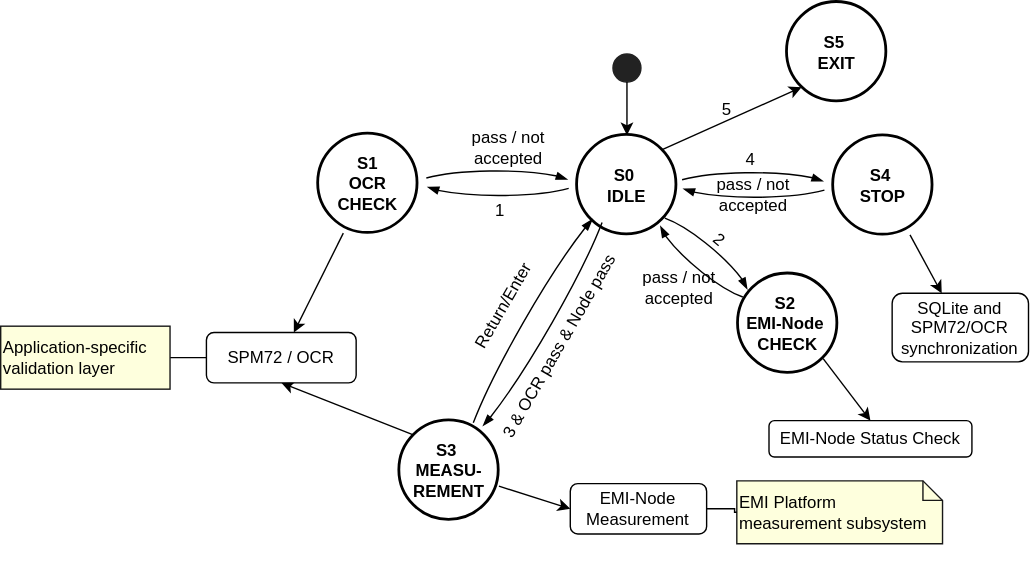
Earlier version of the draw.io export Supplementary/Annex C - Experimental FSM and Application Workflow.drawio.svg (popase/EMI_Platform). Source tidied: cells renumbered, new cells last; positions are measured from the earlier drawing's top-left corner, leaving out a move shared by most shapes.
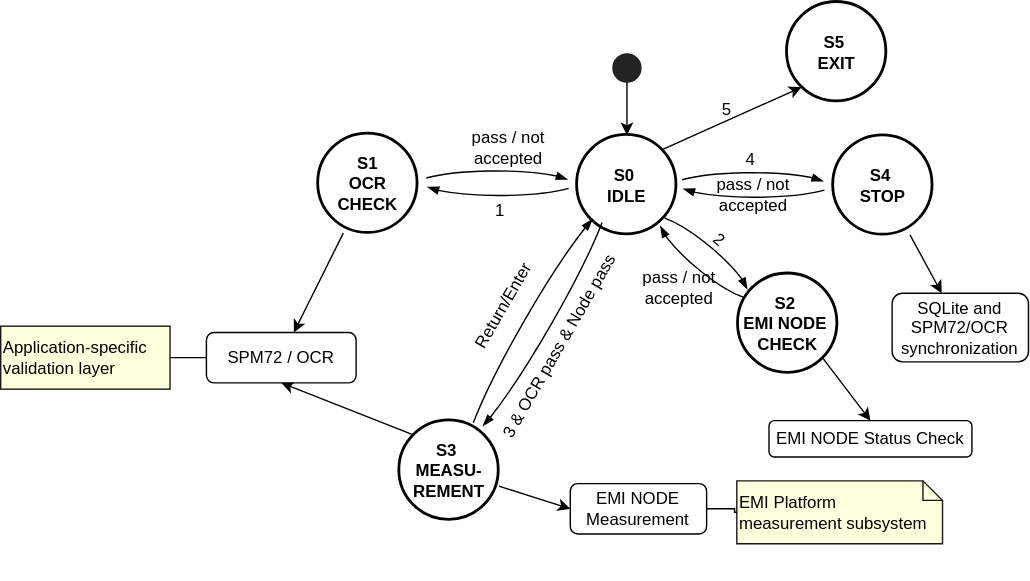
Above is the later version.

What changed in the source:
```diff
@@ -32,10 +32,10 @@
     <mxCell id="11" value="3 &amp;amp; OCR pass &amp;amp; Node pass" style="text;html=1;whiteSpace=wrap;strokeColor=none;fillColor=none;align=center;verticalAlign=middle;rounded=0;rotation=-60;" parent="7" vertex="1">
       <mxGeometry x="-70" y="130.2" width="189" height="30" as="geometry" />
     </mxCell>
-    <mxCell id="12" value="EMI-Node Measurement" style="rounded=1;whiteSpace=wrap;html=1;" parent="7" vertex="1">
+    <mxCell id="12" value="EMI NODE Measurement" style="rounded=1;whiteSpace=wrap;html=1;" parent="7" vertex="1">
       <mxGeometry x="32" y="243.2" width="97.4" height="36" as="geometry" />
     </mxCell>
-    <mxCell id="13" value="&lt;b&gt;S2&amp;nbsp;&lt;/b&gt;&lt;div&gt;&lt;b&gt;EMI-Node&lt;/b&gt;&lt;b style=&quot;background-color: transparent; color: light-dark(rgb(0, 0, 0), rgb(255, 255, 255));&quot;&gt;&amp;nbsp;&lt;/b&gt;&lt;/div&gt;&lt;div&gt;&lt;b style=&quot;background-color: transparent; color: light-dark(rgb(0, 0, 0), rgb(255, 255, 255));&quot;&gt;CHECK&lt;/b&gt;&lt;/div&gt;" style="strokeWidth=2;html=1;shape=mxgraph.flowchart.start_2;whiteSpace=wrap;" parent="7" vertex="1">
+    <mxCell id="13" value="&lt;b&gt;S2&amp;nbsp;&lt;/b&gt;&lt;div&gt;&lt;b&gt;EMI NODE&lt;/b&gt;&lt;b style=&quot;background-color: transparent; color: light-dark(rgb(0, 0, 0), rgb(255, 255, 255));&quot;&gt;&amp;nbsp;&lt;/b&gt;&lt;/div&gt;&lt;div&gt;&lt;b style=&quot;background-color: transparent; color: light-dark(rgb(0, 0, 0), rgb(255, 255, 255));&quot;&gt;CHECK&lt;/b&gt;&lt;/div&gt;" style="strokeWidth=2;html=1;shape=mxgraph.flowchart.start_2;whiteSpace=wrap;" parent="7" vertex="1">
       <mxGeometry x="152" y="93.2" width="71" height="71" as="geometry" />
     </mxCell>
     <mxCell id="14" value="pass / not accepted" style="text;html=1;whiteSpace=wrap;strokeColor=none;fillColor=none;align=center;verticalAlign=middle;rounded=0;" parent="7" vertex="1">
@@ -125,7 +125,7 @@
     <mxCell id="42" value="Application-specific&#10;validation layer" style="shape=label;size=14;fillColor=#FEFFDD;strokeColor=#181818;fontSize=12;whiteSpace=wrap;align=left;html=1;" parent="1" vertex="1">
       <mxGeometry y="231.5" width="121" height="45" as="geometry" />
     </mxCell>
-    <mxCell id="43" value="EMI-Node Status Check" style="rounded=1;whiteSpace=wrap;html=1;" parent="1" vertex="1">
+    <mxCell id="43" value="EMI NODE Status Check" style="rounded=1;whiteSpace=wrap;html=1;" parent="1" vertex="1">
       <mxGeometry x="549" y="299" width="145" height="26" as="geometry" />
     </mxCell>
     <mxCell id="44" style="rounded=0;jettySize=auto;html=1;entryX=0.5;entryY=0;entryDx=0;entryDy=0;exitX=0.855;exitY=0.855;exitDx=0;exitDy=0;exitPerimeter=0;" parent="1" edge="1" source="13" target="43">
```
